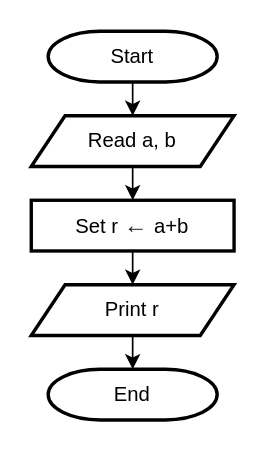
This is flowcharts/sample_flowchart1.drawio from melvincabatuan/HelloC, a draw.io file, before an edit. Source tidied: cells renumbered, new cells numbered last; positions are measured from the earlier drawing's top-left corner, leaving out a move shared by most shapes. Both pictures are drawn from the tidied source at 169%, with x=0, y=0 at pixel (30, 30).
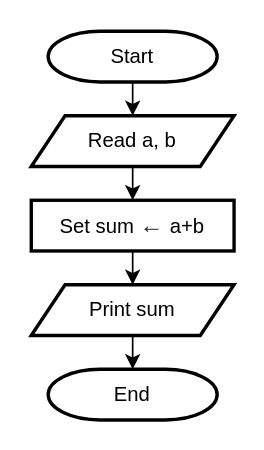
Above is the later version.

Change to the diagram source:
```diff
@@
 <mxGraphModel>
   <root>
     <mxCell id="0" />
     <mxCell id="1" parent="0" />
     <mxCell id="2" style="edgeStyle=none;html=1;" parent="1" edge="1" source="3" target="5">
       <mxGeometry relative="1" as="geometry" />
     </mxCell>
     <mxCell id="3" value="Start" style="strokeWidth=2;html=1;shape=mxgraph.flowchart.terminator;whiteSpace=wrap;" parent="1" vertex="1">
       <mxGeometry x="10" width="100" height="30" as="geometry" />
     </mxCell>
     <mxCell id="4" style="edgeStyle=none;html=1;" parent="1" edge="1" source="5" target="7">
       <mxGeometry relative="1" as="geometry" />
     </mxCell>
     <mxCell id="5" value="Read a, b" style="shape=parallelogram;perimeter=parallelogramPerimeter;whiteSpace=wrap;html=1;fixedSize=1;strokeWidth=2;" parent="1" vertex="1">
       <mxGeometry y="50" width="120" height="30" as="geometry" />
     </mxCell>
     <mxCell id="6" style="edgeStyle=none;html=1;" parent="1" edge="1" source="7" target="8">
       <mxGeometry relative="1" as="geometry" />
     </mxCell>
-    <mxCell id="7" value="Set r&amp;nbsp;&lt;span style=&quot;color: rgb(32 , 33 , 36) ; font-family: &amp;#34;arial&amp;#34; , sans-serif ; font-size: 14px ; text-align: left ; background-color: rgb(255 , 255 , 255)&quot;&gt;←&amp;nbsp;&lt;/span&gt;a+b" style="whiteSpace=wrap;html=1;strokeWidth=2;" parent="1" vertex="1">
+    <mxCell id="7" value="Set sum&amp;nbsp;&lt;span style=&quot;color: rgb(32 , 33 , 36) ; font-family: &amp;#34;arial&amp;#34; , sans-serif ; font-size: 14px ; text-align: left ; background-color: rgb(255 , 255 , 255)&quot;&gt;←&amp;nbsp;&lt;/span&gt;a+b" style="whiteSpace=wrap;html=1;strokeWidth=2;" parent="1" vertex="1">
       <mxGeometry y="100" width="120" height="30" as="geometry" />
     </mxCell>
-    <mxCell id="8" value="Print r" style="shape=parallelogram;perimeter=parallelogramPerimeter;whiteSpace=wrap;html=1;fixedSize=1;strokeWidth=2;" parent="1" vertex="1">
+    <mxCell id="8" value="Print sum" style="shape=parallelogram;perimeter=parallelogramPerimeter;whiteSpace=wrap;html=1;fixedSize=1;strokeWidth=2;" parent="1" vertex="1">
       <mxGeometry y="150" width="120" height="30" as="geometry" />
     </mxCell>
     <mxCell id="9" value="End" style="strokeWidth=2;html=1;shape=mxgraph.flowchart.terminator;whiteSpace=wrap;" parent="1" vertex="1">
       <mxGeometry x="10" y="200" width="100" height="30" as="geometry" />
     </mxCell>
     <mxCell id="10" style="endArrow=classic;html=1;exitX=0.5;exitY=1;exitDx=0;exitDy=0;entryX=0.5;entryY=0;entryDx=0;entryDy=0;entryPerimeter=0;" parent="1" edge="1" source="8" target="9">
       <mxGeometry relative="1" as="geometry" />
     </mxCell>
   </root>
 </mxGraphModel>
```
